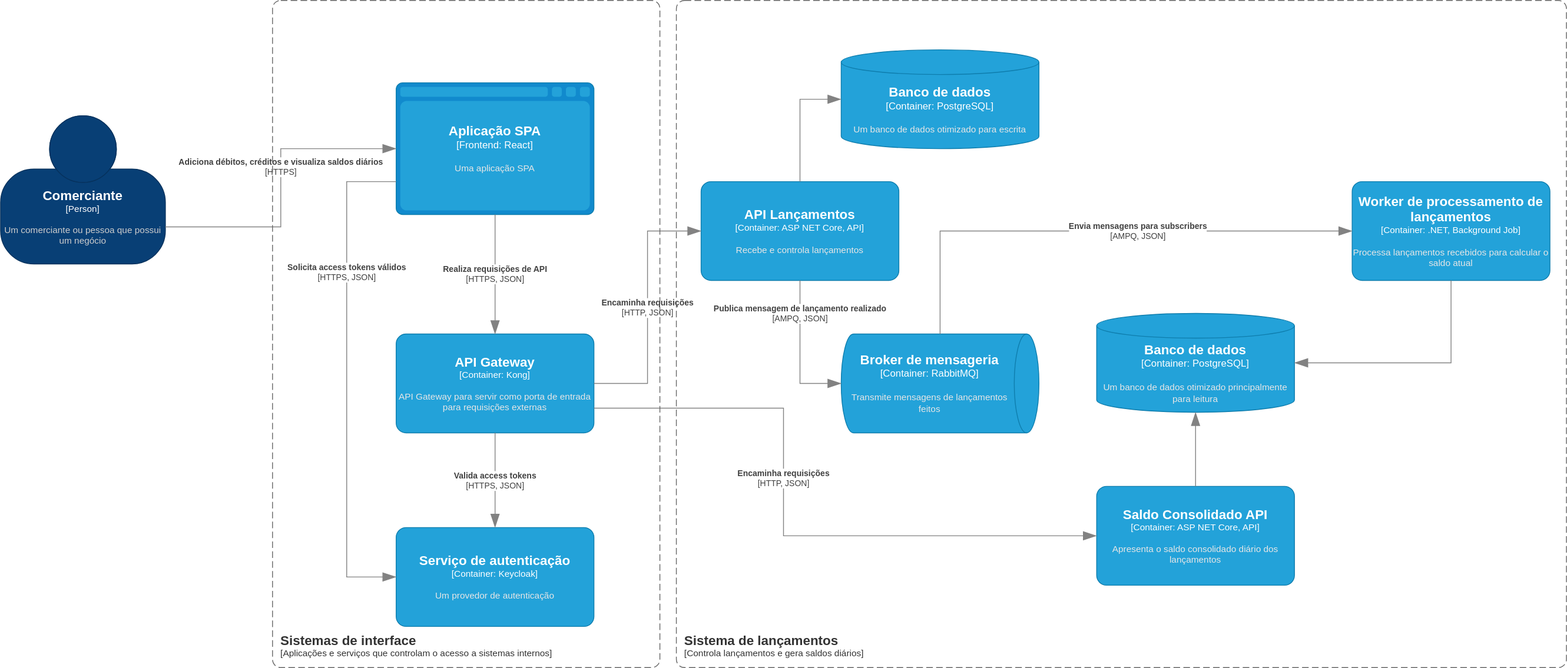
The draw.io diagram docs/pt-br/architecture.drawio.svg in leandroslc/merchant-accounting-system-architecture, before a commit. Source tidied: cells renumbered, new cells last; positions are measured from the earlier drawing's top-left corner, leaving out a move shared by most shapes.
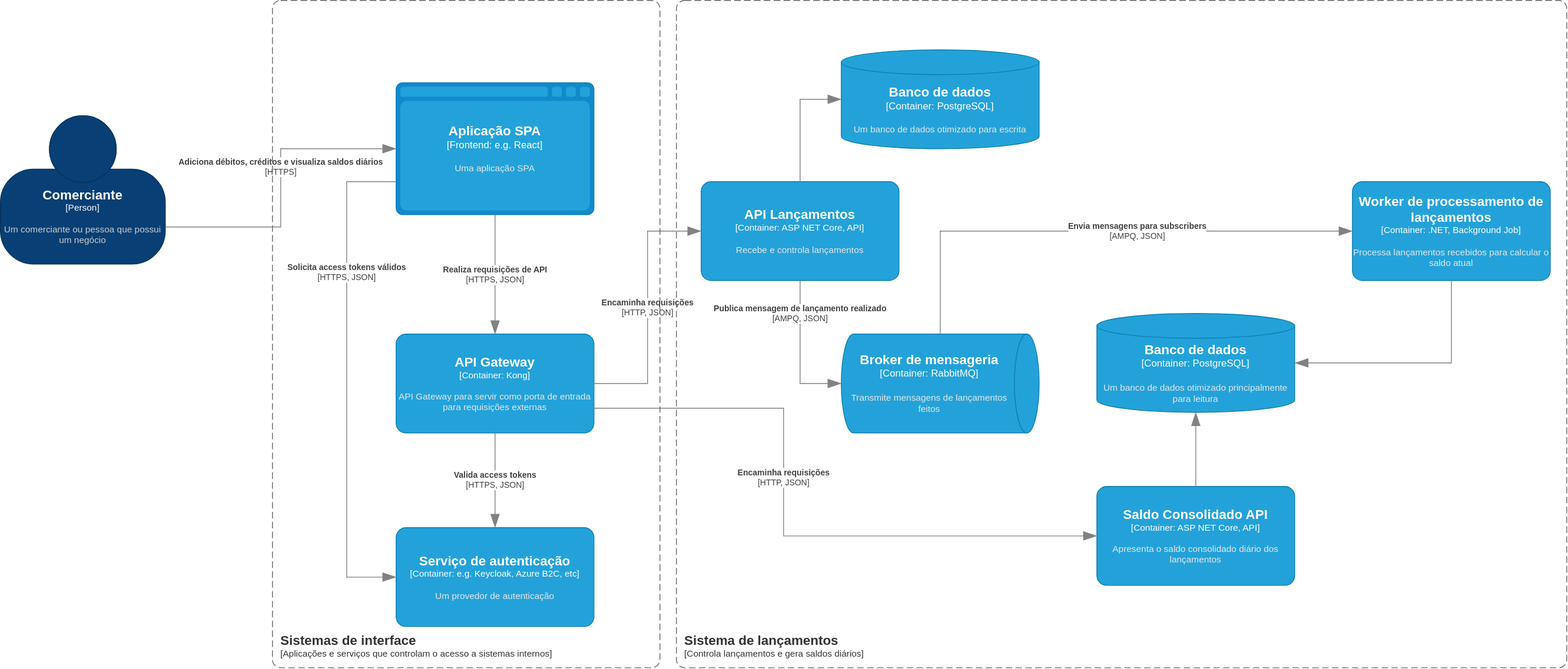
Above is the later version.

Diff of the diagram source:
```diff
@@ -7,7 +7,7 @@
         <mxGeometry y="140" width="200" height="180" as="geometry" />
       </mxCell>
     </object>
-    <object id="3" label="&lt;font style=&quot;font-size: 16px&quot;&gt;&lt;b&gt;%c4Type%&lt;/b&gt;&lt;/font&gt;&lt;div&gt;[%c4Container%:&amp;nbsp;%c4Technology%]&lt;/div&gt;&lt;br&gt;&lt;div&gt;&lt;font style=&quot;font-size: 11px&quot;&gt;&lt;font color=&quot;#E6E6E6&quot;&gt;%c4Description%&lt;/font&gt;&lt;/div&gt;" c4Container="Frontend" c4Description="Uma aplicação SPA" c4Technology="React" c4Type="Aplicação SPA" placeholders="1">
+    <object id="3" label="&lt;font style=&quot;font-size: 16px&quot;&gt;&lt;b&gt;%c4Type%&lt;/b&gt;&lt;/font&gt;&lt;div&gt;[%c4Container%:&amp;nbsp;%c4Technology%]&lt;/div&gt;&lt;br&gt;&lt;div&gt;&lt;font style=&quot;font-size: 11px&quot;&gt;&lt;font color=&quot;#E6E6E6&quot;&gt;%c4Description%&lt;/font&gt;&lt;/div&gt;" c4Container="Frontend" c4Description="Uma aplicação SPA" c4Technology="e.g. React" c4Type="Aplicação SPA" placeholders="1">
       <mxCell style="shape=mxgraph.c4.webBrowserContainer2;whiteSpace=wrap;html=1;boundedLbl=1;rounded=0;labelBackgroundColor=none;strokeColor=#118ACD;fillColor=#23A2D9;strokeColor=#118ACD;strokeColor2=#0E7DAD;fontSize=12;fontColor=#ffffff;align=center;points=[[0.5,0,0],[1,0.25,0],[1,0.5,0],[1,0.75,0],[0.5,1,0],[0,0.75,0],[0,0.5,0],[0,0.25,0]];" parent="1" vertex="1">
         <mxGeometry x="480" y="100" width="240" height="160" as="geometry" />
       </mxCell>
@@ -32,7 +32,7 @@
         <mxGeometry x="850" y="220" width="240" height="120" as="geometry" />
       </mxCell>
     </object>
-    <object id="8" label="&lt;font style=&quot;font-size: 16px&quot;&gt;&lt;b&gt;%c4Name%&lt;/b&gt;&lt;/font&gt;&lt;div&gt;[%c4Type%: %c4Technology%]&lt;/div&gt;&lt;br&gt;&lt;div&gt;&lt;font style=&quot;font-size: 11px&quot;&gt;&lt;font color=&quot;#E6E6E6&quot;&gt;%c4Description%&lt;/font&gt;&lt;/div&gt;" c4Description="Um provedor de autenticação" c4Name="Serviço de autenticação" c4Technology="Keycloak" c4Type="Container" placeholders="1">
+    <object id="8" label="&lt;font style=&quot;font-size: 16px&quot;&gt;&lt;b&gt;%c4Name%&lt;/b&gt;&lt;/font&gt;&lt;div&gt;[%c4Type%: %c4Technology%]&lt;/div&gt;&lt;br&gt;&lt;div&gt;&lt;font style=&quot;font-size: 11px&quot;&gt;&lt;font color=&quot;#E6E6E6&quot;&gt;%c4Description%&lt;/font&gt;&lt;/div&gt;" c4Description="Um provedor de autenticação" c4Name="Serviço de autenticação" c4Technology="e.g. Keycloak, Azure B2C, etc" c4Type="Container" placeholders="1">
       <mxCell style="rounded=1;whiteSpace=wrap;html=1;fontSize=11;labelBackgroundColor=none;fillColor=#23A2D9;fontColor=#ffffff;align=center;arcSize=10;strokeColor=#0E7DAD;points=[[0.25,0,0],[0.5,0,0],[0.75,0,0],[1,0.25,0],[1,0.5,0],[1,0.75,0],[0.75,1,0],[0.5,1,0],[0.25,1,0],[0,0.75,0],[0,0.5,0],[0,0.25,0]];" parent="1" vertex="1">
         <mxGeometry x="480" y="640" width="240" height="120" as="geometry" />
       </mxCell>
```
